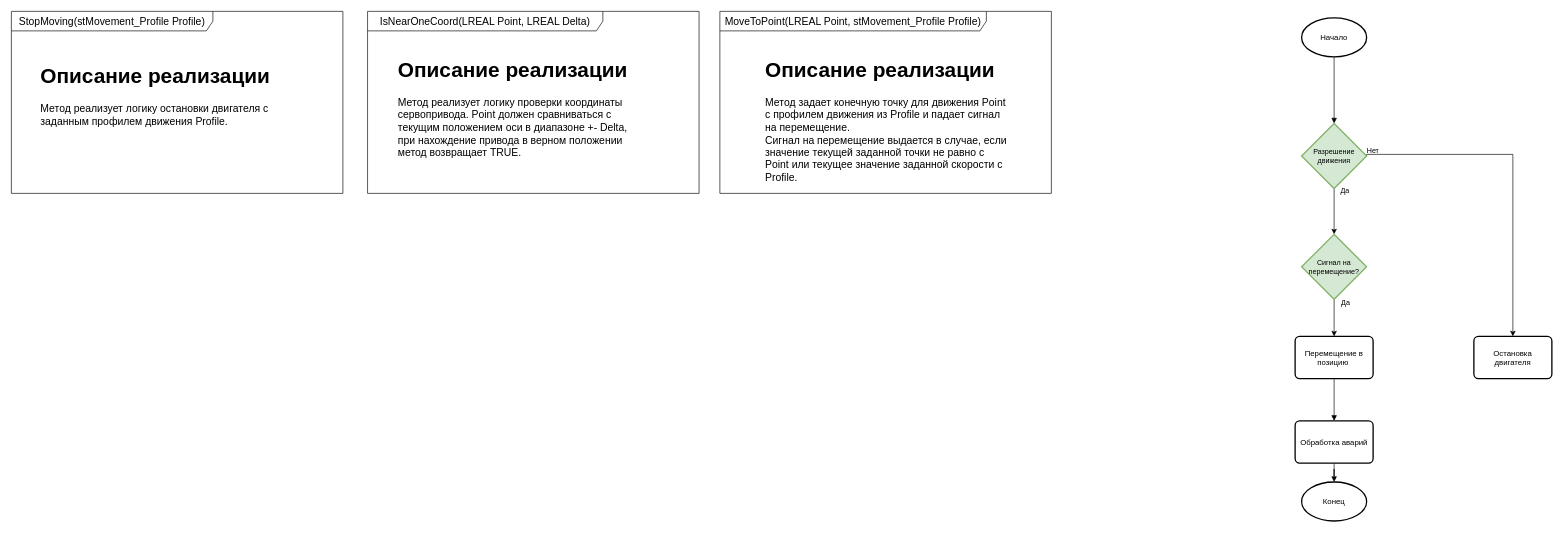
The draw.io diagram page "Управление сервоосью" (6 of 8) of v1.1.drawio.xml in mAxenov/lablingMachineScheme, before the edit. Source tidied: cells renumbered, new cells numbered last; positions are measured from the earlier drawing's top-left corner, leaving out a move shared by most shapes. Both pictures are drawn from the tidied source at 65%, with x=0, y=0 at pixel (11, 11).
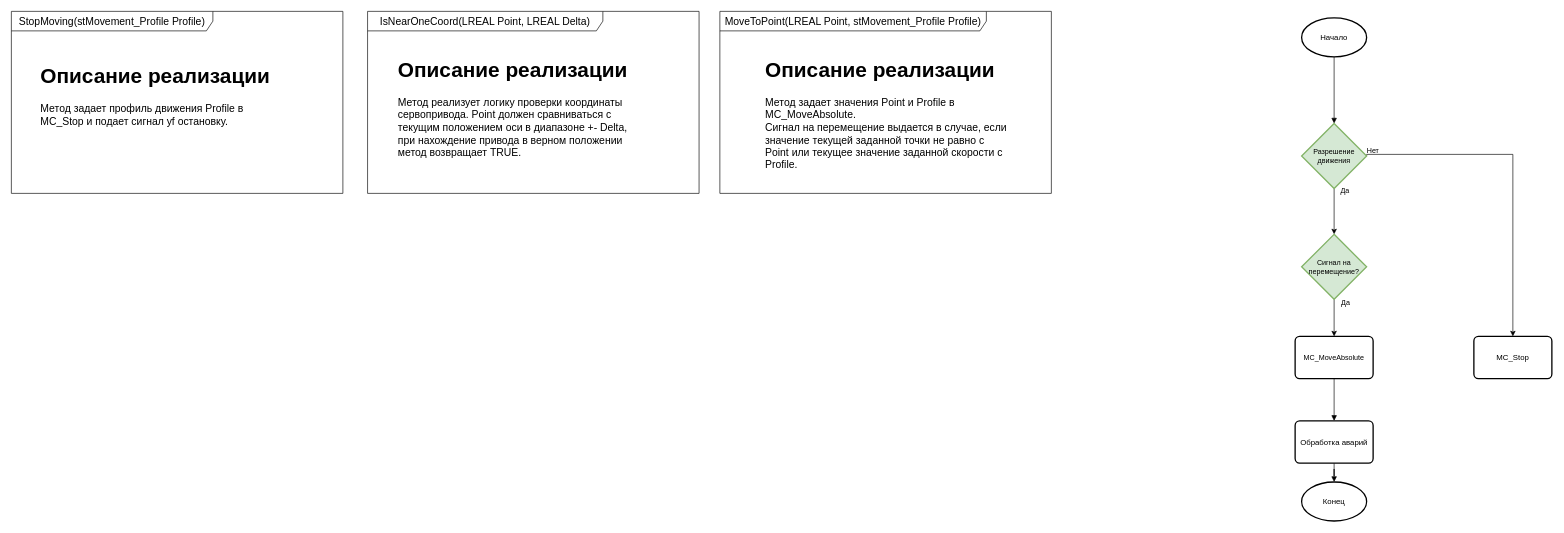
The same page after the edit.

Diff of the diagram source:
```diff
@@
-    <mxCell id="6" value="Перемещение в позицию&amp;nbsp;" style="rounded=1;whiteSpace=wrap;html=1;absoluteArcSize=1;arcSize=14;strokeWidth=2;" parent="1" vertex="1">
+    <mxCell id="6" value="&lt;span style=&quot;font-size: 11px; text-align: left;&quot;&gt;MC_MoveAbsolute&lt;/span&gt;" style="rounded=1;whiteSpace=wrap;html=1;absoluteArcSize=1;arcSize=14;strokeWidth=2;fontSize=11;" parent="1" vertex="1">
       <mxGeometry x="1975" y="500" width="120" height="65" as="geometry" />
     </mxCell>
@@
-    <mxCell id="14" value="Остановка двигателя" style="rounded=1;whiteSpace=wrap;html=1;absoluteArcSize=1;arcSize=14;strokeWidth=2;" parent="1" vertex="1">
+    <mxCell id="14" value="MC_Stop" style="rounded=1;whiteSpace=wrap;html=1;absoluteArcSize=1;arcSize=14;strokeWidth=2;" parent="1" vertex="1">
       <mxGeometry x="2250" y="500" width="120" height="65" as="geometry" />
     </mxCell>
@@
-    <mxCell id="17" value="&lt;h1&gt;Описание реализации&lt;/h1&gt;&lt;div&gt;Метод реализует логику остановки двигателя с заданным профилем движения Profile&lt;span style=&quot;background-color: initial;&quot;&gt;.&lt;/span&gt;&lt;/div&gt;" style="text;html=1;strokeColor=none;fillColor=none;spacing=5;spacingTop=-20;whiteSpace=wrap;overflow=hidden;rounded=0;fontSize=16;" parent="1" vertex="1">
+    <mxCell id="17" value="&lt;h1&gt;Описание реализации&lt;/h1&gt;&lt;div&gt;Метод задает профиль движения Profile в MC_Stop и подает сигнал yf остановку.&lt;/div&gt;" style="text;html=1;strokeColor=none;fillColor=none;spacing=5;spacingTop=-20;whiteSpace=wrap;overflow=hidden;rounded=0;fontSize=16;" parent="1" vertex="1">
       <mxGeometry x="40" y="70" width="380" height="120" as="geometry" />
     </mxCell>
@@
-    <mxCell id="19" value="&lt;h1&gt;Описание реализации&lt;/h1&gt;&lt;div&gt;Метод задает конечную точку для движения Point с профилем движения из Profile и падает сигнал на перемещение.&amp;nbsp;&lt;/div&gt;&lt;div&gt;Сигнал на перемещение выдается в случае, если значение текущей заданной точки не равно с Point или текущее значение заданной скорости с Profile.&lt;/div&gt;&lt;div&gt;&lt;br&gt;&lt;/div&gt;" style="text;html=1;strokeColor=none;fillColor=none;spacing=5;spacingTop=-20;whiteSpace=wrap;overflow=hidden;rounded=0;fontSize=16;" parent="1" vertex="1">
+    <mxCell id="19" value="&lt;h1&gt;Описание реализации&lt;/h1&gt;&lt;div&gt;Метод задает значения Point и Profile в MC_MoveAbsolute.&amp;nbsp;&lt;/div&gt;&lt;div&gt;Сигнал на перемещение выдается в случае, если значение текущей заданной точки не равно с Point или текущее значение заданной скорости с Profile.&lt;/div&gt;&lt;div&gt;&lt;br&gt;&lt;/div&gt;" style="text;html=1;strokeColor=none;fillColor=none;spacing=5;spacingTop=-20;whiteSpace=wrap;overflow=hidden;rounded=0;fontSize=16;" parent="1" vertex="1">
       <mxGeometry x="1155" y="60" width="385" height="210" as="geometry" />
     </mxCell>
```
